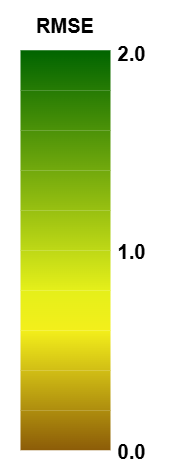
Before: legends/clms_global_lai-rmse_300m_v2_10daily.png, a diagram exported from draw.io (copernicus-land/colourmaps-legends). Source tidied: cells renumbered, new cells last; positions are measured from the earlier drawing's top-left corner, leaving out a move shared by most shapes. The source it was exported from:
```xml
<mxGraphModel>
  <root>
    <mxCell id="0" />
    <mxCell id="1" parent="0" />
    <mxCell id="2" style="group;" parent="1" vertex="1">
      <mxGeometry width="170" height="470" as="geometry" />
    </mxCell>
    <mxCell id="3" value="RMSE" style="text;html=1;align=center;verticalAlign=bottom;whiteSpace=wrap;rounded=0;fontStyle=1;fontSize=20;" parent="2" vertex="1">
      <mxGeometry x="10" width="110" height="40" as="geometry" />
    </mxCell>
    <mxCell id="4" style="rounded=0;whiteSpace=wrap;html=1;gradientColor=light-dark(#8C5C08,#8C5C08);gradientDirection=south;strokeColor=none;rotation=0;fillColor=light-dark(#AE8D0E,#AE8D0E);" parent="2" vertex="1">
      <mxGeometry x="20" y="409.8" width="90" height="40" as="geometry" />
    </mxCell>
    <mxCell id="5" value="&lt;b&gt;&amp;nbsp;1.0&lt;/b&gt;" style="text;html=1;align=left;verticalAlign=middle;whiteSpace=wrap;rounded=0;fontSize=20;" parent="2" vertex="1">
      <mxGeometry x="110" y="240.8" width="40" height="20" as="geometry" />
    </mxCell>
    <mxCell id="6" style="rounded=0;whiteSpace=wrap;html=1;gradientColor=light-dark(#AE8D0E,#AE8D0E);gradientDirection=south;strokeColor=none;rotation=0;fillColor=light-dark(#D1BE15,#D1BE15);" parent="2" vertex="1">
      <mxGeometry x="20" y="369.8" width="90" height="40" as="geometry" />
    </mxCell>
    <mxCell id="7" style="rounded=0;whiteSpace=wrap;html=1;gradientColor=light-dark(#D1BE15,#D1BE15);gradientDirection=south;strokeColor=none;rotation=0;fillColor=light-dark(#F3EF1B,#F3EF1B);" parent="2" vertex="1">
      <mxGeometry x="20" y="329.8" width="90" height="40" as="geometry" />
    </mxCell>
    <mxCell id="8" style="rounded=0;whiteSpace=wrap;html=1;gradientColor=light-dark(#F3EF1B,#F3EF1B);gradientDirection=south;strokeColor=none;rotation=0;fillColor=light-dark(#E5EF1A,#E5EF1A);" parent="2" vertex="1">
      <mxGeometry x="20" y="289.8" width="90" height="40" as="geometry" />
    </mxCell>
    <mxCell id="9" style="rounded=0;whiteSpace=wrap;html=1;gradientColor=light-dark(#E5EF1A,#E5EF1A);gradientDirection=south;strokeColor=none;rotation=0;fillColor=light-dark(#BED816,#BED816);" parent="2" vertex="1">
      <mxGeometry x="20" y="249.8" width="90" height="40" as="geometry" />
    </mxCell>
    <mxCell id="10" style="rounded=0;whiteSpace=wrap;html=1;gradientColor=light-dark(#BED816,#BED816);gradientDirection=south;strokeColor=none;rotation=0;fillColor=light-dark(#98C011,#98C011);" parent="2" vertex="1">
      <mxGeometry x="20" y="209.8" width="90" height="40" as="geometry" />
    </mxCell>
    <mxCell id="11" style="rounded=0;whiteSpace=wrap;html=1;gradientColor=light-dark(#98C011,#98C011);gradientDirection=south;strokeColor=none;rotation=0;fillColor=light-dark(#72A90D,#72A90D);" parent="2" vertex="1">
      <mxGeometry x="20" y="169.8" width="90" height="40" as="geometry" />
    </mxCell>
    <mxCell id="12" style="rounded=0;whiteSpace=wrap;html=1;gradientColor=light-dark(#72A90D,#72A90D);gradientDirection=south;strokeColor=none;rotation=0;fillColor=light-dark(#4C9208,#4C9208);" parent="2" vertex="1">
      <mxGeometry x="20" y="129.8" width="90" height="40" as="geometry" />
    </mxCell>
    <mxCell id="13" style="rounded=0;whiteSpace=wrap;html=1;gradientColor=light-dark(#4C9208,#4C9208);gradientDirection=south;strokeColor=none;rotation=0;fillColor=light-dark(#267B04,#267B04);" parent="2" vertex="1">
      <mxGeometry x="20" y="89.8" width="90" height="40" as="geometry" />
    </mxCell>
    <mxCell id="14" value="&lt;b&gt;&amp;nbsp;0.0&lt;/b&gt;" style="text;html=1;align=left;verticalAlign=middle;whiteSpace=wrap;rounded=0;fontSize=20;" parent="2" vertex="1">
      <mxGeometry x="110" y="440.8" width="40" height="20" as="geometry" />
    </mxCell>
    <mxCell id="15" style="rounded=0;whiteSpace=wrap;html=1;strokeColor=none;fillColor=none;" parent="2" vertex="1">
      <mxGeometry x="160" y="75.8" width="10" height="394.2" as="geometry" />
    </mxCell>
    <mxCell id="16" style="rounded=0;whiteSpace=wrap;html=1;gradientColor=light-dark(#267B04,#267B04);gradientDirection=south;strokeColor=none;rotation=0;fillColor=light-dark(#006400,#006400);" parent="2" vertex="1">
      <mxGeometry x="20" y="49.8" width="90" height="40" as="geometry" />
    </mxCell>
    <mxCell id="17" value="&lt;b&gt;&amp;nbsp;2.0&lt;/b&gt;" style="text;html=1;align=left;verticalAlign=middle;whiteSpace=wrap;rounded=0;fontSize=20;" parent="2" vertex="1">
      <mxGeometry x="110" y="43.2" width="40" height="20" as="geometry" />
    </mxCell>
    <mxCell id="18" style="rounded=0;whiteSpace=wrap;html=1;strokeColor=none;fillColor=none;" parent="2" vertex="1">
      <mxGeometry y="75.8" width="10" height="394.2" as="geometry" />
    </mxCell>
  </root>
</mxGraphModel>
```
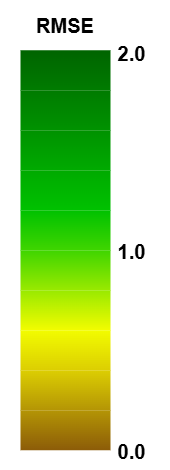
After the change.

Commit message:
Update incorrect color maps for LAI global 300m v2

Change to the diagram source:
```diff
@@ -2,55 +2,55 @@
   <root>
     <mxCell id="0" />
     <mxCell id="1" parent="0" />
-    <mxCell id="2" style="group;" parent="1" vertex="1">
-      <mxGeometry width="170" height="470" as="geometry" />
-    </mxCell>
+    <mxCell id="19" style="group;" parent="1" vertex="1">
+      <mxGeometry x="370" y="80" width="170" height="470" as="geometry" />
+    </mxCell>
-    <mxCell id="3" value="RMSE" style="text;html=1;align=center;verticalAlign=bottom;whiteSpace=wrap;rounded=0;fontStyle=1;fontSize=20;" parent="2" vertex="1">
+    <mxCell id="3" value="RMSE" style="text;html=1;align=center;verticalAlign=bottom;whiteSpace=wrap;rounded=0;fontStyle=1;fontSize=20;" parent="19" vertex="1">
       <mxGeometry x="10" width="110" height="40" as="geometry" />
     </mxCell>
-    <mxCell id="4" style="rounded=0;whiteSpace=wrap;html=1;gradientColor=light-dark(#8C5C08,#8C5C08);gradientDirection=south;strokeColor=none;rotation=0;fillColor=light-dark(#AE8D0E,#AE8D0E);" parent="2" vertex="1">
-      <mxGeometry x="20" y="409.8" width="90" height="40" as="geometry" />
-    </mxCell>
+    <mxCell id="20" style="rounded=0;whiteSpace=wrap;html=1;gradientColor=light-dark(#8C5C08,#8C5C08);gradientDirection=south;strokeColor=none;rotation=0;fillColor=light-dark(#B49505,#B49505);" parent="19" vertex="1">
+      <mxGeometry x="20" y="409.8" width="90" height="40" as="geometry" />
+    </mxCell>
-    <mxCell id="5" value="&lt;b&gt;&amp;nbsp;1.0&lt;/b&gt;" style="text;html=1;align=left;verticalAlign=middle;whiteSpace=wrap;rounded=0;fontSize=20;" parent="2" vertex="1">
+    <mxCell id="5" value="&lt;b&gt;&amp;nbsp;1.0&lt;/b&gt;" style="text;html=1;align=left;verticalAlign=middle;whiteSpace=wrap;rounded=0;fontSize=20;" parent="19" vertex="1">
       <mxGeometry x="110" y="240.8" width="40" height="20" as="geometry" />
     </mxCell>
-    <mxCell id="6" style="rounded=0;whiteSpace=wrap;html=1;gradientColor=light-dark(#AE8D0E,#AE8D0E);gradientDirection=south;strokeColor=none;rotation=0;fillColor=light-dark(#D1BE15,#D1BE15);" parent="2" vertex="1">
-      <mxGeometry x="20" y="369.8" width="90" height="40" as="geometry" />
-    </mxCell>
-    <mxCell id="7" style="rounded=0;whiteSpace=wrap;html=1;gradientColor=light-dark(#D1BE15,#D1BE15);gradientDirection=south;strokeColor=none;rotation=0;fillColor=light-dark(#F3EF1B,#F3EF1B);" parent="2" vertex="1">
-      <mxGeometry x="20" y="329.8" width="90" height="40" as="geometry" />
-    </mxCell>
-    <mxCell id="8" style="rounded=0;whiteSpace=wrap;html=1;gradientColor=light-dark(#F3EF1B,#F3EF1B);gradientDirection=south;strokeColor=none;rotation=0;fillColor=light-dark(#E5EF1A,#E5EF1A);" parent="2" vertex="1">
-      <mxGeometry x="20" y="289.8" width="90" height="40" as="geometry" />
-    </mxCell>
-    <mxCell id="9" style="rounded=0;whiteSpace=wrap;html=1;gradientColor=light-dark(#E5EF1A,#E5EF1A);gradientDirection=south;strokeColor=none;rotation=0;fillColor=light-dark(#BED816,#BED816);" parent="2" vertex="1">
-      <mxGeometry x="20" y="249.8" width="90" height="40" as="geometry" />
-    </mxCell>
-    <mxCell id="10" style="rounded=0;whiteSpace=wrap;html=1;gradientColor=light-dark(#BED816,#BED816);gradientDirection=south;strokeColor=none;rotation=0;fillColor=light-dark(#98C011,#98C011);" parent="2" vertex="1">
-      <mxGeometry x="20" y="209.8" width="90" height="40" as="geometry" />
-    </mxCell>
-    <mxCell id="11" style="rounded=0;whiteSpace=wrap;html=1;gradientColor=light-dark(#98C011,#98C011);gradientDirection=south;strokeColor=none;rotation=0;fillColor=light-dark(#72A90D,#72A90D);" parent="2" vertex="1">
-      <mxGeometry x="20" y="169.8" width="90" height="40" as="geometry" />
-    </mxCell>
-    <mxCell id="12" style="rounded=0;whiteSpace=wrap;html=1;gradientColor=light-dark(#72A90D,#72A90D);gradientDirection=south;strokeColor=none;rotation=0;fillColor=light-dark(#4C9208,#4C9208);" parent="2" vertex="1">
-      <mxGeometry x="20" y="129.8" width="90" height="40" as="geometry" />
-    </mxCell>
-    <mxCell id="13" style="rounded=0;whiteSpace=wrap;html=1;gradientColor=light-dark(#4C9208,#4C9208);gradientDirection=south;strokeColor=none;rotation=0;fillColor=light-dark(#267B04,#267B04);" parent="2" vertex="1">
-      <mxGeometry x="20" y="89.8" width="90" height="40" as="geometry" />
-    </mxCell>
+    <mxCell id="21" style="rounded=0;whiteSpace=wrap;html=1;gradientColor=light-dark(#B49505,#B49505);gradientDirection=south;strokeColor=none;rotation=0;fillColor=light-dark(#DCCE02,#DCCE02);" parent="19" vertex="1">
+      <mxGeometry x="20" y="369.8" width="90" height="40" as="geometry" />
+    </mxCell>
+    <mxCell id="22" style="rounded=0;whiteSpace=wrap;html=1;gradientColor=light-dark(#DCCE02,#DCCE02);gradientDirection=south;strokeColor=none;rotation=0;fillColor=light-dark(#F2FC00,#F2FC00);" parent="19" vertex="1">
+      <mxGeometry x="20" y="329.8" width="90" height="40" as="geometry" />
+    </mxCell>
+    <mxCell id="23" style="rounded=0;whiteSpace=wrap;html=1;gradientColor=light-dark(#F2FC00,#F2FC00);gradientDirection=south;strokeColor=none;rotation=0;fillColor=light-dark(#99E900,#99E900);" parent="19" vertex="1">
+      <mxGeometry x="20" y="289.8" width="90" height="40" as="geometry" />
+    </mxCell>
+    <mxCell id="24" style="rounded=0;whiteSpace=wrap;html=1;gradientColor=light-dark(#99E900,#99E900);gradientDirection=south;strokeColor=none;rotation=0;fillColor=light-dark(#3FD500,#3FD500);" parent="19" vertex="1">
+      <mxGeometry x="20" y="249.8" width="90" height="40" as="geometry" />
+    </mxCell>
+    <mxCell id="25" style="rounded=0;whiteSpace=wrap;html=1;gradientColor=light-dark(#3FD500,#3FD500);gradientDirection=south;strokeColor=none;rotation=0;fillColor=light-dark(#00C100,#00C100);" parent="19" vertex="1">
+      <mxGeometry x="20" y="209.8" width="90" height="40" as="geometry" />
+    </mxCell>
+    <mxCell id="26" style="rounded=0;whiteSpace=wrap;html=1;gradientColor=light-dark(#00C100,#00C100);gradientDirection=south;strokeColor=none;rotation=0;fillColor=light-dark(#00AA00,#00AA00);" parent="19" vertex="1">
+      <mxGeometry x="20" y="169.8" width="90" height="40" as="geometry" />
+    </mxCell>
+    <mxCell id="27" style="rounded=0;whiteSpace=wrap;html=1;gradientColor=light-dark(#00AA00,#00AA00);gradientDirection=south;strokeColor=none;rotation=0;fillColor=light-dark(#009200,#009200);" parent="19" vertex="1">
+      <mxGeometry x="20" y="129.8" width="90" height="40" as="geometry" />
+    </mxCell>
+    <mxCell id="28" style="rounded=0;whiteSpace=wrap;html=1;gradientColor=light-dark(#009200,#009200);gradientDirection=south;strokeColor=none;rotation=0;fillColor=light-dark(#007B00,#007B00);" parent="19" vertex="1">
+      <mxGeometry x="20" y="89.8" width="90" height="40" as="geometry" />
+    </mxCell>
-    <mxCell id="14" value="&lt;b&gt;&amp;nbsp;0.0&lt;/b&gt;" style="text;html=1;align=left;verticalAlign=middle;whiteSpace=wrap;rounded=0;fontSize=20;" parent="2" vertex="1">
+    <mxCell id="14" value="&lt;b&gt;&amp;nbsp;0.0&lt;/b&gt;" style="text;html=1;align=left;verticalAlign=middle;whiteSpace=wrap;rounded=0;fontSize=20;" parent="19" vertex="1">
       <mxGeometry x="110" y="440.8" width="40" height="20" as="geometry" />
     </mxCell>
-    <mxCell id="15" style="rounded=0;whiteSpace=wrap;html=1;strokeColor=none;fillColor=none;" parent="2" vertex="1">
+    <mxCell id="15" style="rounded=0;whiteSpace=wrap;html=1;strokeColor=none;fillColor=none;" parent="19" vertex="1">
       <mxGeometry x="160" y="75.8" width="10" height="394.2" as="geometry" />
     </mxCell>
-    <mxCell id="16" style="rounded=0;whiteSpace=wrap;html=1;gradientColor=light-dark(#267B04,#267B04);gradientDirection=south;strokeColor=none;rotation=0;fillColor=light-dark(#006400,#006400);" parent="2" vertex="1">
-      <mxGeometry x="20" y="49.8" width="90" height="40" as="geometry" />
-    </mxCell>
+    <mxCell id="29" style="rounded=0;whiteSpace=wrap;html=1;gradientColor=light-dark(#007B00,#007B00);gradientDirection=south;strokeColor=none;rotation=0;fillColor=light-dark(#006400,#006400);" parent="19" vertex="1">
+      <mxGeometry x="20" y="49.8" width="90" height="40" as="geometry" />
+    </mxCell>
-    <mxCell id="17" value="&lt;b&gt;&amp;nbsp;2.0&lt;/b&gt;" style="text;html=1;align=left;verticalAlign=middle;whiteSpace=wrap;rounded=0;fontSize=20;" parent="2" vertex="1">
+    <mxCell id="17" value="&lt;b&gt;&amp;nbsp;2.0&lt;/b&gt;" style="text;html=1;align=left;verticalAlign=middle;whiteSpace=wrap;rounded=0;fontSize=20;" parent="19" vertex="1">
       <mxGeometry x="110" y="43.2" width="40" height="20" as="geometry" />
     </mxCell>
-    <mxCell id="18" style="rounded=0;whiteSpace=wrap;html=1;strokeColor=none;fillColor=none;" parent="2" vertex="1">
+    <mxCell id="18" style="rounded=0;whiteSpace=wrap;html=1;strokeColor=none;fillColor=none;" parent="19" vertex="1">
       <mxGeometry y="75.8" width="10" height="394.2" as="geometry" />
     </mxCell>
   </root>
```
